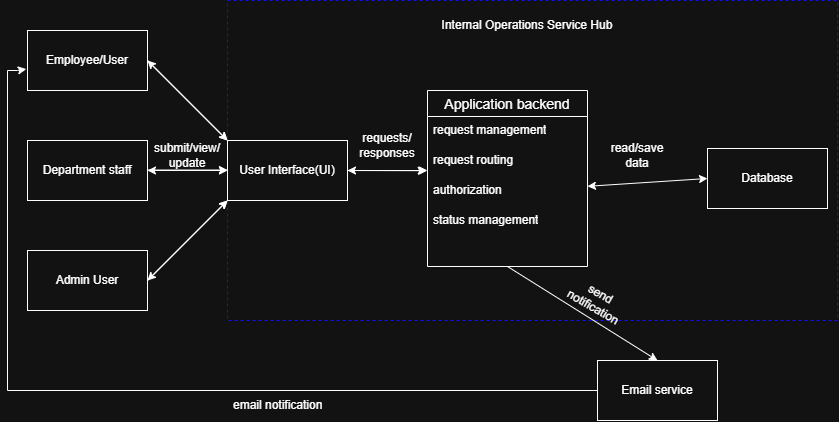
Before: docs/architecture-diagram.png, a diagram exported from draw.io (Rony-Ghassa/internal-operations-service-hub). Source tidied: cells renumbered, new cells last; positions are measured from the earlier drawing's top-left corner, leaving out a move shared by most shapes.
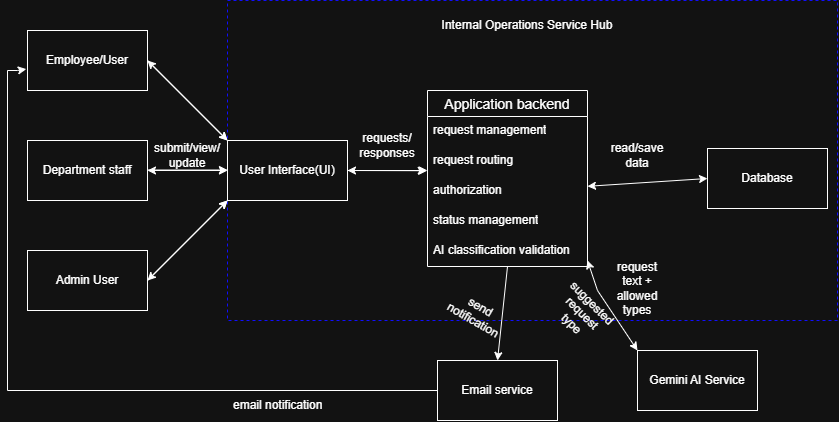
The same file after the commit.

Change to the diagram source:
```diff
@@ -49,7 +49,7 @@
     <mxCell id="15" value="status management" style="text;strokeColor=none;fillColor=none;spacingLeft=4;spacingRight=4;overflow=hidden;fontSize=12;whiteSpace=wrap;html=1;" parent="11" vertex="1">
       <mxGeometry y="116" width="160" height="30" as="geometry" />
     </mxCell>
-    <mxCell id="16" value="&lt;div&gt;&lt;br&gt;&lt;/div&gt;" style="text;strokeColor=none;fillColor=none;spacingLeft=4;spacingRight=4;overflow=hidden;fontSize=12;whiteSpace=wrap;html=1;" parent="11" vertex="1">
+    <mxCell id="16" value="&lt;div&gt;AI classification validation&lt;/div&gt;" style="text;strokeColor=none;fillColor=none;spacingLeft=4;spacingRight=4;overflow=hidden;fontSize=12;whiteSpace=wrap;html=1;" parent="11" vertex="1">
       <mxGeometry y="146" width="160" height="30" as="geometry" />
     </mxCell>
     <mxCell id="17" value="Database" style="rounded=0;whiteSpace=wrap;html=1;" parent="1" vertex="1">
@@ -83,18 +83,18 @@
       <mxGeometry x="385" y="10" width="270" height="30" as="geometry" />
     </mxCell>
     <mxCell id="27" value="Email service" style="rounded=0;whiteSpace=wrap;html=1;" parent="1" vertex="1">
-      <mxGeometry x="590" y="360" width="120" height="60" as="geometry" />
+      <mxGeometry x="430" y="360" width="120" height="60" as="geometry" />
     </mxCell>
     <mxCell id="28" style="endArrow=classic;html=1;rounded=0;exitX=0.5;exitY=1;exitDx=0;exitDy=0;entryX=0.5;entryY=0;entryDx=0;entryDy=0;" parent="1" edge="1" source="11" target="27">
       <mxGeometry relative="1" as="geometry" />
     </mxCell>
     <mxCell id="29" value="send notification" style="text;html=1;whiteSpace=wrap;strokeColor=none;fillColor=none;align=center;verticalAlign=middle;rounded=0;rotation=30;" parent="1" vertex="1">
-      <mxGeometry x="560" y="290" width="60" height="20" as="geometry" />
+      <mxGeometry x="440" y="303" width="60" height="20" as="geometry" />
     </mxCell>
     <mxCell id="30" style="endArrow=none;html=1;rounded=0;" parent="1" edge="1">
       <mxGeometry relative="1" as="geometry">
         <mxPoint y="390" as="sourcePoint" />
-        <mxPoint x="590" y="390" as="targetPoint" />
+        <mxPoint x="430" y="390" as="targetPoint" />
       </mxGeometry>
     </mxCell>
     <mxCell id="31" style="endArrow=none;html=1;rounded=0;" parent="1" edge="1">
@@ -114,5 +114,22 @@
     <mxCell id="33" value="email notification" style="text;strokeColor=none;fillColor=none;align=left;verticalAlign=middle;spacingLeft=4;spacingRight=4;overflow=hidden;whiteSpace=wrap;html=1;" parent="1" vertex="1">
       <mxGeometry x="220" y="390" width="110" height="30" as="geometry" />
     </mxCell>
+    <mxCell id="34" value="Gemini AI Service" style="rounded=0;whiteSpace=wrap;html=1;" parent="1" vertex="1">
+      <mxGeometry x="630" y="350" width="120" height="60" as="geometry" />
+    </mxCell>
+    <mxCell id="35" style="endArrow=classic;startArrow=classic;html=1;rounded=0;exitX=0;exitY=0;exitDx=0;exitDy=0;" parent="1" edge="1" source="34">
+      <mxGeometry relative="1" as="geometry">
+        <mxPoint x="580" y="260" as="targetPoint" />
+        <Array as="points">
+          <mxPoint x="590" y="290" />
+        </Array>
+      </mxGeometry>
+    </mxCell>
+    <mxCell id="36" value="request text + allowed types" style="text;html=1;whiteSpace=wrap;strokeColor=none;fillColor=none;align=center;verticalAlign=middle;rounded=0;" parent="1" vertex="1">
+      <mxGeometry x="600" y="273" width="60" height="30" as="geometry" />
+    </mxCell>
+    <mxCell id="37" value="suggested request type" style="text;html=1;whiteSpace=wrap;strokeColor=none;fillColor=none;align=center;verticalAlign=middle;rounded=0;rotation=45;" parent="1" vertex="1">
+      <mxGeometry x="550" y="303" width="50" height="20" as="geometry" />
+    </mxCell>
   </root>
 </mxGraphModel>
```
